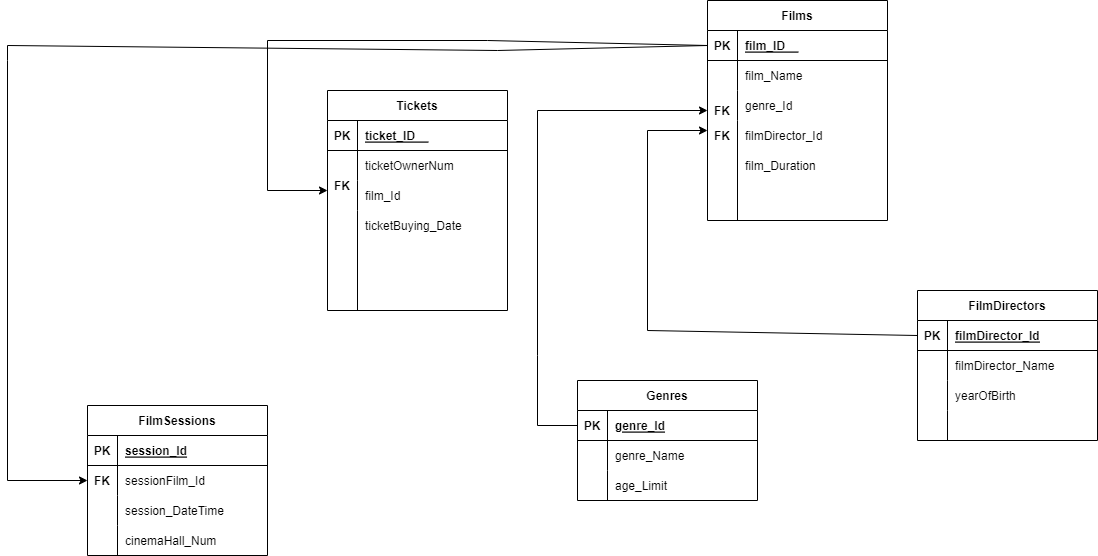
The draw.io diagram part1/Cinema.png in Kolesa-Education/kolesa-upgrade-homework-4, before a commit. Source tidied: cells renumbered, new cells last; positions are measured from the earlier drawing's top-left corner, leaving out a move shared by most shapes.
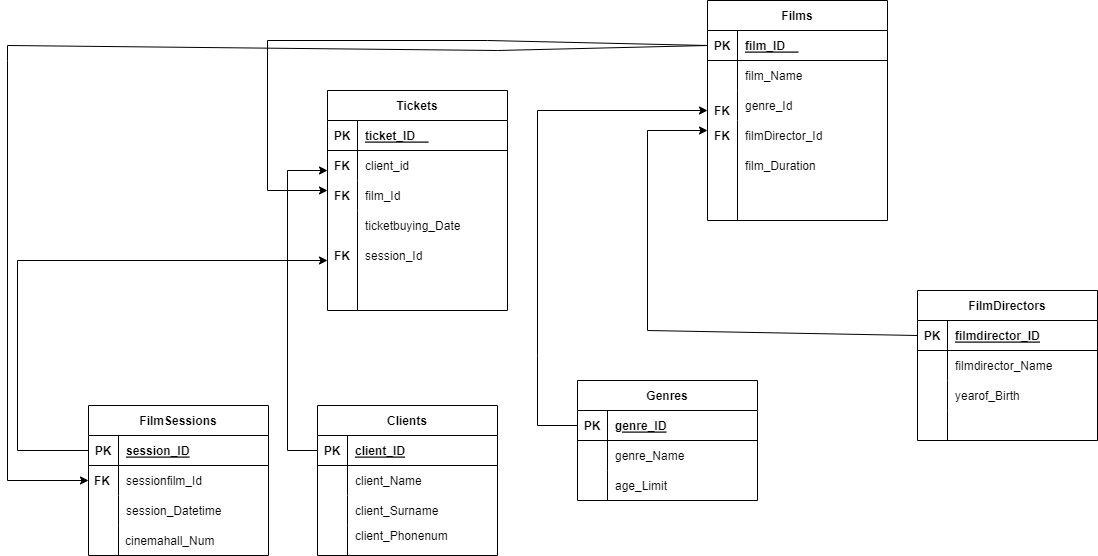
The same file after the commit.

Commit message:
Поправил согласно PR-y

What changed in the source:
```diff
@@ -20,7 +20,7 @@
     <mxCell id="7" style="shape=partialRectangle;fillColor=none;top=0;left=0;bottom=0;right=0;overflow=hidden;" parent="6" vertex="1">
       <mxGeometry width="30" height="30" as="geometry" />
     </mxCell>
-    <mxCell id="8" value="ticketOwnerNum" style="shape=partialRectangle;fillColor=none;top=0;left=0;bottom=0;right=0;align=left;spacingLeft=6;overflow=hidden;" parent="6" vertex="1">
+    <mxCell id="8" value="client_id" style="shape=partialRectangle;fillColor=none;top=0;left=0;bottom=0;right=0;align=left;spacingLeft=6;overflow=hidden;" parent="6" vertex="1">
       <mxGeometry x="30" width="150" height="30" as="geometry" />
     </mxCell>
     <mxCell id="9" style="shape=tableRow;horizontal=0;startSize=0;swimlaneHead=0;swimlaneBody=0;fillColor=none;top=0;left=0;right=0;bottom=0;" parent="2" vertex="1">
@@ -89,7 +89,7 @@
     <mxCell id="30" value="PK" style="shape=partialRectangle;fillColor=none;top=0;left=0;bottom=0;right=0;fontStyle=1;overflow=hidden;" parent="29" vertex="1">
       <mxGeometry width="30" height="30" as="geometry" />
     </mxCell>
-    <mxCell id="31" value="genre_Id" style="shape=partialRectangle;fillColor=none;top=0;left=0;bottom=0;right=0;align=left;spacingLeft=6;fontStyle=5;overflow=hidden;" parent="29" vertex="1">
+    <mxCell id="31" value="genre_ID" style="shape=partialRectangle;fillColor=none;top=0;left=0;bottom=0;right=0;align=left;spacingLeft=6;fontStyle=5;overflow=hidden;" parent="29" vertex="1">
       <mxGeometry x="30" width="150" height="30" as="geometry" />
     </mxCell>
     <mxCell id="32" style="shape=tableRow;horizontal=0;startSize=0;swimlaneHead=0;swimlaneBody=0;fillColor=none;top=0;left=0;right=0;bottom=0;" parent="28" vertex="1">
@@ -119,7 +119,7 @@
     <mxCell id="40" value="PK" style="shape=partialRectangle;fillColor=none;top=0;left=0;bottom=0;right=0;fontStyle=1;overflow=hidden;" parent="39" vertex="1">
       <mxGeometry width="30" height="30" as="geometry" />
     </mxCell>
-    <mxCell id="41" value="filmDirector_Id" style="shape=partialRectangle;fillColor=none;top=0;left=0;bottom=0;right=0;align=left;spacingLeft=6;fontStyle=5;overflow=hidden;" parent="39" vertex="1">
+    <mxCell id="41" value="filmdirector_ID" style="shape=partialRectangle;fillColor=none;top=0;left=0;bottom=0;right=0;align=left;spacingLeft=6;fontStyle=5;overflow=hidden;" parent="39" vertex="1">
       <mxGeometry x="30" width="150" height="30" as="geometry" />
     </mxCell>
     <mxCell id="42" style="shape=tableRow;horizontal=0;startSize=0;swimlaneHead=0;swimlaneBody=0;fillColor=none;top=0;left=0;right=0;bottom=0;" parent="38" vertex="1">
@@ -128,7 +128,7 @@
     <mxCell id="43" style="shape=partialRectangle;fillColor=none;top=0;left=0;bottom=0;right=0;overflow=hidden;" parent="42" vertex="1">
       <mxGeometry width="30" height="30" as="geometry" />
     </mxCell>
-    <mxCell id="44" value="filmDirector_Name" style="shape=partialRectangle;fillColor=none;top=0;left=0;bottom=0;right=0;align=left;spacingLeft=6;overflow=hidden;" parent="42" vertex="1">
+    <mxCell id="44" value="filmdirector_Name" style="shape=partialRectangle;fillColor=none;top=0;left=0;bottom=0;right=0;align=left;spacingLeft=6;overflow=hidden;" parent="42" vertex="1">
       <mxGeometry x="30" width="150" height="30" as="geometry" />
     </mxCell>
     <mxCell id="45" style="shape=tableRow;horizontal=0;startSize=0;swimlaneHead=0;swimlaneBody=0;fillColor=none;top=0;left=0;right=0;bottom=0;" parent="38" vertex="1">
@@ -137,7 +137,7 @@
     <mxCell id="46" style="shape=partialRectangle;fillColor=none;top=0;left=0;bottom=0;right=0;overflow=hidden;" parent="45" vertex="1">
       <mxGeometry width="30" height="30" as="geometry" />
     </mxCell>
-    <mxCell id="47" value="yearOfBirth" style="shape=partialRectangle;fillColor=none;top=0;left=0;bottom=0;right=0;align=left;spacingLeft=6;overflow=hidden;" parent="45" vertex="1">
+    <mxCell id="47" value="yearof_Birth" style="shape=partialRectangle;fillColor=none;top=0;left=0;bottom=0;right=0;align=left;spacingLeft=6;overflow=hidden;" parent="45" vertex="1">
       <mxGeometry x="30" width="150" height="30" as="geometry" />
     </mxCell>
     <mxCell id="48" style="shape=tableRow;horizontal=0;startSize=0;swimlaneHead=0;swimlaneBody=0;fillColor=none;top=0;left=0;right=0;bottom=0;" parent="38" vertex="1">
@@ -150,7 +150,7 @@
       <mxGeometry x="30" width="150" height="30" as="geometry" />
     </mxCell>
     <mxCell id="51" value="FK" style="shape=partialRectangle;fillColor=none;top=0;left=0;bottom=0;right=0;fontStyle=1;overflow=hidden;" parent="1" vertex="1">
-      <mxGeometry x="320" y="170" width="30" height="30" as="geometry" />
+      <mxGeometry x="320" y="180" width="30" height="30" as="geometry" />
     </mxCell>
     <mxCell id="52" style="endArrow=classic;html=1;rounded=0;exitX=0;exitY=0.5;exitDx=0;exitDy=0;" parent="1" edge="1" source="16">
       <mxGeometry relative="1" as="geometry">
@@ -196,11 +196,11 @@
         </Array>
       </mxGeometry>
     </mxCell>
-    <mxCell id="60" value="ticketBuying_Date" style="shape=partialRectangle;fillColor=none;top=0;left=0;bottom=0;right=0;align=left;spacingLeft=6;overflow=hidden;" parent="1" vertex="1">
+    <mxCell id="60" value="ticketbuying_Date" style="shape=partialRectangle;fillColor=none;top=0;left=0;bottom=0;right=0;align=left;spacingLeft=6;overflow=hidden;" parent="1" vertex="1">
       <mxGeometry x="350" y="210" width="150" height="30" as="geometry" />
     </mxCell>
     <mxCell id="61" value="FilmSessions" style="shape=table;startSize=30;rowLines=0;fontStyle=1;align=center;" parent="1" vertex="1">
-      <mxGeometry x="80" y="405" width="180" height="150" as="geometry" />
+      <mxGeometry x="81" y="405" width="180" height="150" as="geometry" />
     </mxCell>
     <mxCell id="62" style="shape=tableRow;horizontal=0;startSize=0;swimlaneHead=0;swimlaneBody=0;fillColor=none;points=[[0,0.5],[1,0.5]];portConstraint=eastwest;top=0;left=0;right=0;bottom=1;" parent="61" vertex="1">
       <mxGeometry y="30" width="180" height="30" as="geometry" />
@@ -208,7 +208,7 @@
     <mxCell id="63" value="PK" style="shape=partialRectangle;fillColor=none;top=0;left=0;bottom=0;right=0;fontStyle=1;overflow=hidden;" parent="62" vertex="1">
       <mxGeometry width="30" height="30" as="geometry" />
     </mxCell>
-    <mxCell id="64" value="session_Id" style="shape=partialRectangle;fillColor=none;top=0;left=0;bottom=0;right=0;align=left;spacingLeft=6;fontStyle=5;overflow=hidden;" parent="62" vertex="1">
+    <mxCell id="64" value="session_ID" style="shape=partialRectangle;fillColor=none;top=0;left=0;bottom=0;right=0;align=left;spacingLeft=6;fontStyle=5;overflow=hidden;" parent="62" vertex="1">
       <mxGeometry x="30" width="150" height="30" as="geometry" />
     </mxCell>
     <mxCell id="65" style="shape=tableRow;horizontal=0;startSize=0;swimlaneHead=0;swimlaneBody=0;fillColor=none;points=[[0,0.5],[1,0.5]];portConstraint=eastwest;top=0;left=0;right=0;bottom=0;" parent="61" vertex="1">
@@ -217,7 +217,7 @@
     <mxCell id="66" style="shape=partialRectangle;fillColor=none;top=0;left=0;bottom=0;right=0;overflow=hidden;" parent="65" vertex="1">
       <mxGeometry width="30" height="30" as="geometry" />
     </mxCell>
-    <mxCell id="67" value="sessionFilm_Id" style="shape=partialRectangle;fillColor=none;top=0;left=0;bottom=0;right=0;align=left;spacingLeft=6;overflow=hidden;" parent="65" vertex="1">
+    <mxCell id="67" value="sessionfilm_Id" style="shape=partialRectangle;fillColor=none;top=0;left=0;bottom=0;right=0;align=left;spacingLeft=6;overflow=hidden;" parent="65" vertex="1">
       <mxGeometry x="30" width="150" height="30" as="geometry" />
     </mxCell>
     <mxCell id="68" style="shape=tableRow;horizontal=0;startSize=0;swimlaneHead=0;swimlaneBody=0;fillColor=none;top=0;left=0;right=0;bottom=0;" parent="61" vertex="1">
@@ -226,7 +226,7 @@
     <mxCell id="69" style="shape=partialRectangle;fillColor=none;top=0;left=0;bottom=0;right=0;overflow=hidden;" parent="68" vertex="1">
       <mxGeometry width="30" height="30" as="geometry" />
     </mxCell>
-    <mxCell id="70" value="session_DateTime" style="shape=partialRectangle;fillColor=none;top=0;left=0;bottom=0;right=0;align=left;spacingLeft=6;overflow=hidden;" parent="68" vertex="1">
+    <mxCell id="70" value="session_Datetime" style="shape=partialRectangle;fillColor=none;top=0;left=0;bottom=0;right=0;align=left;spacingLeft=6;overflow=hidden;" parent="68" vertex="1">
       <mxGeometry x="30" width="150" height="30" as="geometry" />
     </mxCell>
     <mxCell id="71" style="shape=tableRow;horizontal=0;startSize=0;swimlaneHead=0;swimlaneBody=0;fillColor=none;top=0;left=0;right=0;bottom=0;" parent="61" vertex="1">
@@ -238,7 +238,7 @@
     <mxCell id="73" style="shape=partialRectangle;fillColor=none;top=0;left=0;bottom=0;right=0;align=left;spacingLeft=6;overflow=hidden;" parent="71" vertex="1">
       <mxGeometry x="30" width="150" height="30" as="geometry" />
     </mxCell>
-    <mxCell id="74" value="cinemaHall_Num" style="shape=partialRectangle;fillColor=none;top=0;left=0;bottom=0;right=0;align=left;spacingLeft=6;overflow=hidden;" parent="1" vertex="1">
+    <mxCell id="74" value="cinemahall_Num" style="shape=partialRectangle;fillColor=none;top=0;left=0;bottom=0;right=0;align=left;spacingLeft=6;overflow=hidden;" parent="1" vertex="1">
       <mxGeometry x="110" y="525" width="150" height="30" as="geometry" />
     </mxCell>
     <mxCell id="75" style="endArrow=classic;html=1;rounded=0;exitX=0;exitY=0.5;exitDx=0;exitDy=0;entryX=0;entryY=0.5;entryDx=0;entryDy=0;" parent="1" edge="1" source="16" target="65">
@@ -254,5 +254,74 @@
     <mxCell id="76" value="FK" style="shape=partialRectangle;fillColor=none;top=0;left=0;bottom=0;right=0;fontStyle=1;overflow=hidden;" parent="1" vertex="1">
       <mxGeometry x="80" y="465" width="30" height="30" as="geometry" />
     </mxCell>
+    <mxCell id="77" value="session_Id" style="shape=partialRectangle;fillColor=none;top=0;left=0;bottom=0;right=0;align=left;spacingLeft=6;overflow=hidden;" parent="1" vertex="1">
+      <mxGeometry x="350" y="240" width="150" height="30" as="geometry" />
+    </mxCell>
+    <mxCell id="78" value="FK" style="shape=partialRectangle;fillColor=none;top=0;left=0;bottom=0;right=0;fontStyle=1;overflow=hidden;" parent="1" vertex="1">
+      <mxGeometry x="320" y="240" width="30" height="30" as="geometry" />
+    </mxCell>
+    <mxCell id="79" style="endArrow=classic;html=1;rounded=0;exitX=0;exitY=0.5;exitDx=0;exitDy=0;" parent="1" edge="1" source="62">
+      <mxGeometry relative="1" as="geometry">
+        <mxPoint x="320" y="260" as="targetPoint" />
+        <Array as="points">
+          <mxPoint x="10" y="450" />
+          <mxPoint x="10" y="260" />
+        </Array>
+      </mxGeometry>
+    </mxCell>
+    <mxCell id="80" value="Clients" style="shape=table;startSize=30;rowLines=0;fontStyle=1;align=center;" parent="1" vertex="1">
+      <mxGeometry x="310" y="405" width="180" height="150" as="geometry" />
+    </mxCell>
+    <mxCell id="81" style="shape=tableRow;horizontal=0;startSize=0;swimlaneHead=0;swimlaneBody=0;fillColor=none;points=[[0,0.5],[1,0.5]];portConstraint=eastwest;top=0;left=0;right=0;bottom=1;" parent="80" vertex="1">
+      <mxGeometry y="30" width="180" height="30" as="geometry" />
+    </mxCell>
+    <mxCell id="82" value="PK" style="shape=partialRectangle;fillColor=none;top=0;left=0;bottom=0;right=0;fontStyle=1;overflow=hidden;" parent="81" vertex="1">
+      <mxGeometry width="30" height="30" as="geometry" />
+    </mxCell>
+    <mxCell id="83" value="client_ID" style="shape=partialRectangle;fillColor=none;top=0;left=0;bottom=0;right=0;align=left;spacingLeft=6;fontStyle=5;overflow=hidden;" parent="81" vertex="1">
+      <mxGeometry x="30" width="150" height="30" as="geometry" />
+    </mxCell>
+    <mxCell id="84" style="shape=tableRow;horizontal=0;startSize=0;swimlaneHead=0;swimlaneBody=0;fillColor=none;top=0;left=0;right=0;bottom=0;" parent="80" vertex="1">
+      <mxGeometry y="60" width="180" height="30" as="geometry" />
+    </mxCell>
+    <mxCell id="85" style="shape=partialRectangle;fillColor=none;top=0;left=0;bottom=0;right=0;overflow=hidden;" parent="84" vertex="1">
+      <mxGeometry width="30" height="30" as="geometry" />
+    </mxCell>
+    <mxCell id="86" value="client_Name" style="shape=partialRectangle;fillColor=none;top=0;left=0;bottom=0;right=0;align=left;spacingLeft=6;overflow=hidden;" parent="84" vertex="1">
+      <mxGeometry x="30" width="150" height="30" as="geometry" />
+    </mxCell>
+    <mxCell id="87" style="shape=tableRow;horizontal=0;startSize=0;swimlaneHead=0;swimlaneBody=0;fillColor=none;top=0;left=0;right=0;bottom=0;" parent="80" vertex="1">
+      <mxGeometry y="90" width="180" height="30" as="geometry" />
+    </mxCell>
+    <mxCell id="88" style="shape=partialRectangle;fillColor=none;top=0;left=0;bottom=0;right=0;overflow=hidden;" parent="87" vertex="1">
+      <mxGeometry width="30" height="30" as="geometry" />
+    </mxCell>
+    <mxCell id="89" value="client_Surname" style="shape=partialRectangle;fillColor=none;top=0;left=0;bottom=0;right=0;align=left;spacingLeft=6;overflow=hidden;" parent="87" vertex="1">
+      <mxGeometry x="30" width="150" height="30" as="geometry" />
+    </mxCell>
+    <mxCell id="90" style="shape=tableRow;horizontal=0;startSize=0;swimlaneHead=0;swimlaneBody=0;fillColor=none;top=0;left=0;right=0;bottom=0;" parent="80" vertex="1">
+      <mxGeometry y="120" width="180" height="30" as="geometry" />
+    </mxCell>
+    <mxCell id="91" style="shape=partialRectangle;fillColor=none;top=0;left=0;bottom=0;right=0;overflow=hidden;" parent="90" vertex="1">
+      <mxGeometry width="30" height="30" as="geometry" />
+    </mxCell>
+    <mxCell id="92" style="shape=partialRectangle;fillColor=none;top=0;left=0;bottom=0;right=0;align=left;spacingLeft=6;overflow=hidden;" parent="90" vertex="1">
+      <mxGeometry x="30" width="150" height="30" as="geometry" />
+    </mxCell>
+    <mxCell id="93" value="client_Phonenum" style="shape=partialRectangle;fillColor=none;top=0;left=0;bottom=0;right=0;align=left;spacingLeft=6;overflow=hidden;" parent="1" vertex="1">
+      <mxGeometry x="340" y="520" width="150" height="30" as="geometry" />
+    </mxCell>
+    <mxCell id="94" value="FK" style="shape=partialRectangle;fillColor=none;top=0;left=0;bottom=0;right=0;fontStyle=1;overflow=hidden;" parent="1" vertex="1">
+      <mxGeometry x="320" y="150" width="30" height="30" as="geometry" />
+    </mxCell>
+    <mxCell id="95" style="endArrow=classic;html=1;rounded=0;exitX=0;exitY=0.5;exitDx=0;exitDy=0;" parent="1" edge="1" source="81">
+      <mxGeometry relative="1" as="geometry">
+        <mxPoint x="320" y="170" as="targetPoint" />
+        <Array as="points">
+          <mxPoint x="280" y="450" />
+          <mxPoint x="280" y="170" />
+        </Array>
+      </mxGeometry>
+    </mxCell>
   </root>
 </mxGraphModel>
```
